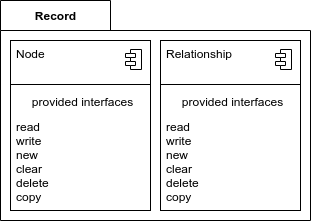
Above: doc/user_guide/img/record_arch.png in SomeUserName1/master (draw.io), before the change. Source tidied: cells renumbered, new cells last; positions are measured from the earlier drawing's top-left corner, leaving out a move shared by most shapes.
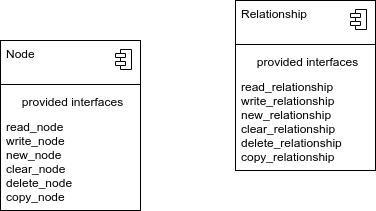
After the commit.

The edit, as a diff of the source:
```diff
@@ -2,11 +2,8 @@
   <root>
     <mxCell id="0" />
     <mxCell id="1" parent="0" />
-    <mxCell id="2" value="Record" style="shape=folder;fontStyle=1;tabWidth=110;tabHeight=30;tabPosition=left;html=1;boundedLbl=1;labelInHeader=1;" parent="1" vertex="1">
-      <mxGeometry width="310" height="220" as="geometry" />
-    </mxCell>
     <mxCell id="3" style="fontStyle=1;align=center;verticalAlign=top;horizontal=1;" parent="1" vertex="1">
-      <mxGeometry x="10" y="40" width="140" height="170" as="geometry" />
+      <mxGeometry x="250" y="-230" width="140" height="170" as="geometry" />
     </mxCell>
     <mxCell id="4" value="Node" style="html=1;align=left;spacingLeft=4;verticalAlign=top;strokeColor=none;fillColor=none;" parent="3" vertex="1">
       <mxGeometry width="140" height="40" as="geometry" />
@@ -22,11 +19,11 @@
     <mxCell id="7" value="provided interfaces" style="html=1;align=center;spacingLeft=4;verticalAlign=top;strokeColor=none;fillColor=none;" parent="3" vertex="1">
       <mxGeometry y="48" width="140" height="25" as="geometry" />
     </mxCell>
-    <mxCell id="8" value="read&lt;br&gt;write&lt;br&gt;new&lt;br&gt;clear&lt;br&gt;delete&lt;br&gt;copy" style="html=1;align=left;spacingLeft=4;verticalAlign=top;strokeColor=none;fillColor=none;" parent="3" vertex="1">
+    <mxCell id="8" value="read_node&lt;br&gt;write_node&lt;br&gt;new_node&lt;br&gt;clear_node&lt;br&gt;delete_node&lt;br&gt;copy_node" style="html=1;align=left;spacingLeft=4;verticalAlign=top;strokeColor=none;fillColor=none;" parent="3" vertex="1">
       <mxGeometry y="73" width="140" height="97" as="geometry" />
     </mxCell>
     <mxCell id="9" style="fontStyle=1;align=center;verticalAlign=top;horizontal=1;" parent="1" vertex="1">
-      <mxGeometry x="160" y="40" width="140" height="170" as="geometry" />
+      <mxGeometry x="485" y="-270" width="140" height="170" as="geometry" />
     </mxCell>
     <mxCell id="10" value="Relationship" style="html=1;align=left;spacingLeft=4;verticalAlign=top;strokeColor=none;fillColor=none;" parent="9" vertex="1">
       <mxGeometry width="140" height="40" as="geometry" />
@@ -42,7 +39,7 @@
     <mxCell id="13" value="provided interfaces" style="html=1;align=center;spacingLeft=4;verticalAlign=top;strokeColor=none;fillColor=none;" parent="9" vertex="1">
       <mxGeometry y="48" width="140" height="25" as="geometry" />
     </mxCell>
-    <mxCell id="14" value="read&lt;br&gt;write&lt;br&gt;new&lt;br&gt;clear&lt;br&gt;delete&lt;br&gt;copy" style="html=1;align=left;spacingLeft=4;verticalAlign=top;strokeColor=none;fillColor=none;" parent="9" vertex="1">
+    <mxCell id="14" value="read_relationship&lt;br&gt;write_relationship&lt;br&gt;new_relationship&lt;br&gt;clear_relationship&lt;br&gt;delete_relationship&lt;br&gt;copy_relationship" style="html=1;align=left;spacingLeft=4;verticalAlign=top;strokeColor=none;fillColor=none;" parent="9" vertex="1">
       <mxGeometry y="73" width="140" height="97" as="geometry" />
     </mxCell>
   </root>
```
